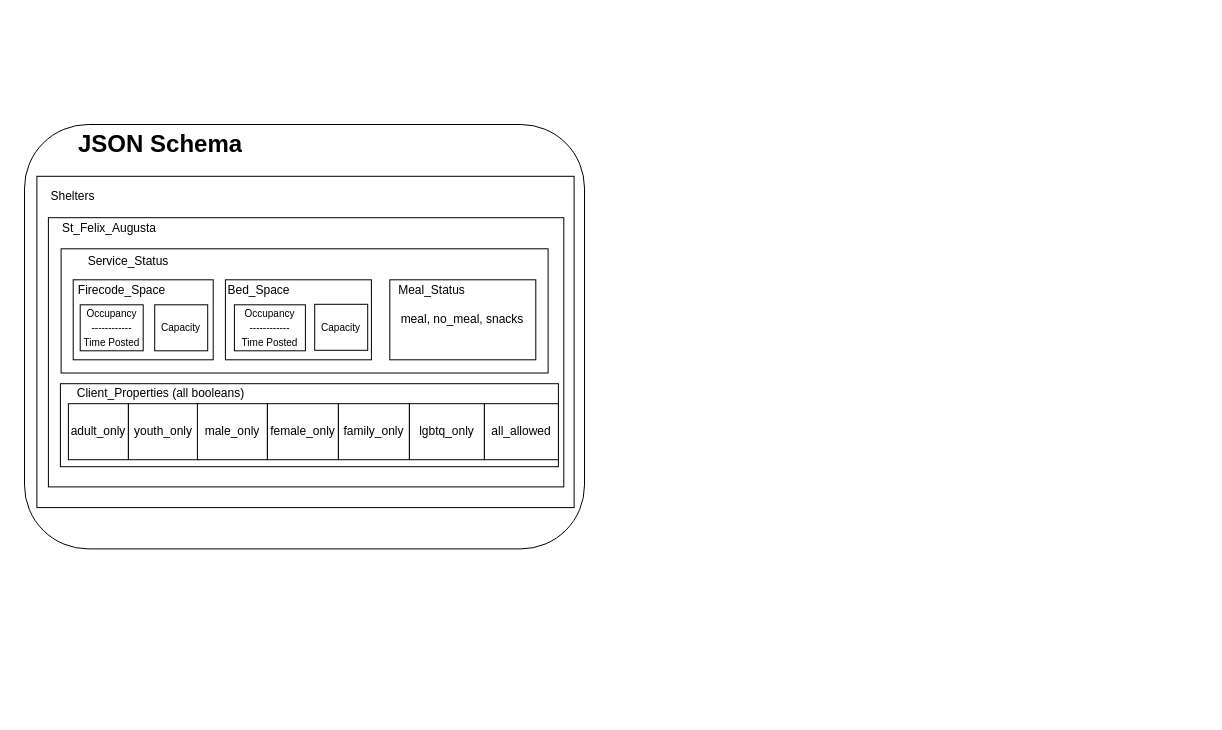
Earlier version of the draw.io diagram page "JSON_Database_Schema" (1 of 4) of diagrams/chalmers-signal-occupancy.drawio (chalmersproject/openshelter-signal). Source tidied: cells renumbered, new cells numbered last; positions are measured from the earlier drawing's top-left corner, leaving out a move shared by most shapes. Both pictures are drawn from the tidied source at 100%, with x=0, y=0 at pixel (24, 124).
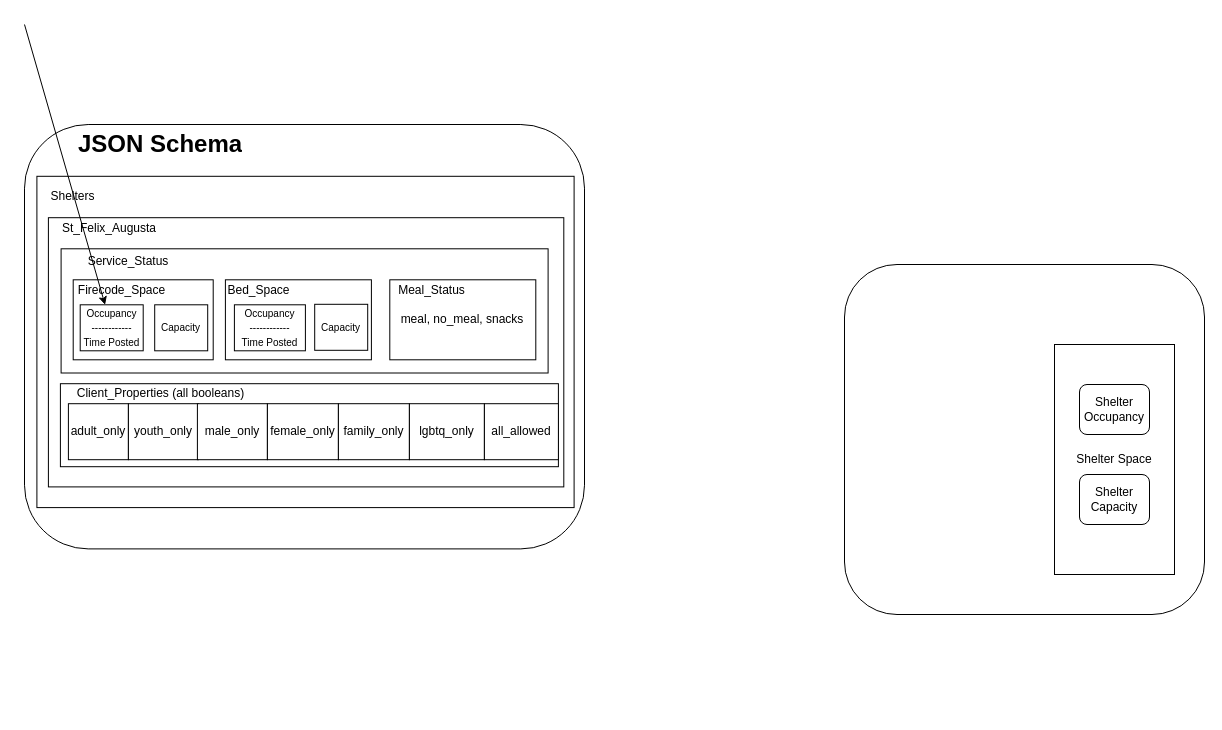
Above is the later version.

The change refers to these unchanged cells:
```xml
<mxCell id="15" value="&lt;font style=&quot;font-size: 10px&quot;&gt;Occupancy&lt;br&gt;------------&lt;br&gt;Time Posted&lt;br&gt;&lt;/font&gt;" style="rounded=0;whiteSpace=wrap;html=1;" parent="12" vertex="1">
  <mxGeometry x="7" y="25" width="63" height="46" as="geometry" />
</mxCell>
```

What changed in the source:
```diff
@@
+    <mxCell id="35" style="rounded=1;whiteSpace=wrap;html=1;" parent="1" vertex="1">
+      <mxGeometry x="820" y="140" width="360" height="350" as="geometry" />
+    </mxCell>
@@
+    <mxCell id="36" style="endArrow=classic;html=1;" parent="1" edge="1" target="15">
+      <mxGeometry relative="1" as="geometry">
+        <mxPoint y="-100" as="sourcePoint" />
+      </mxGeometry>
+    </mxCell>
+    <mxCell id="37" value="Shelter Space" style="rounded=0;whiteSpace=wrap;html=1;" parent="1" vertex="1">
+      <mxGeometry x="1030" y="220" width="120" height="230" as="geometry" />
+    </mxCell>
+    <mxCell id="38" value="Shelter Occupancy" style="rounded=1;whiteSpace=wrap;html=1;" parent="1" vertex="1">
+      <mxGeometry x="1055" y="260" width="70" height="50" as="geometry" />
+    </mxCell>
+    <mxCell id="39" value="Shelter Capacity" style="rounded=1;whiteSpace=wrap;html=1;" parent="1" vertex="1">
+      <mxGeometry x="1055" y="350" width="70" height="50" as="geometry" />
+    </mxCell>
```
